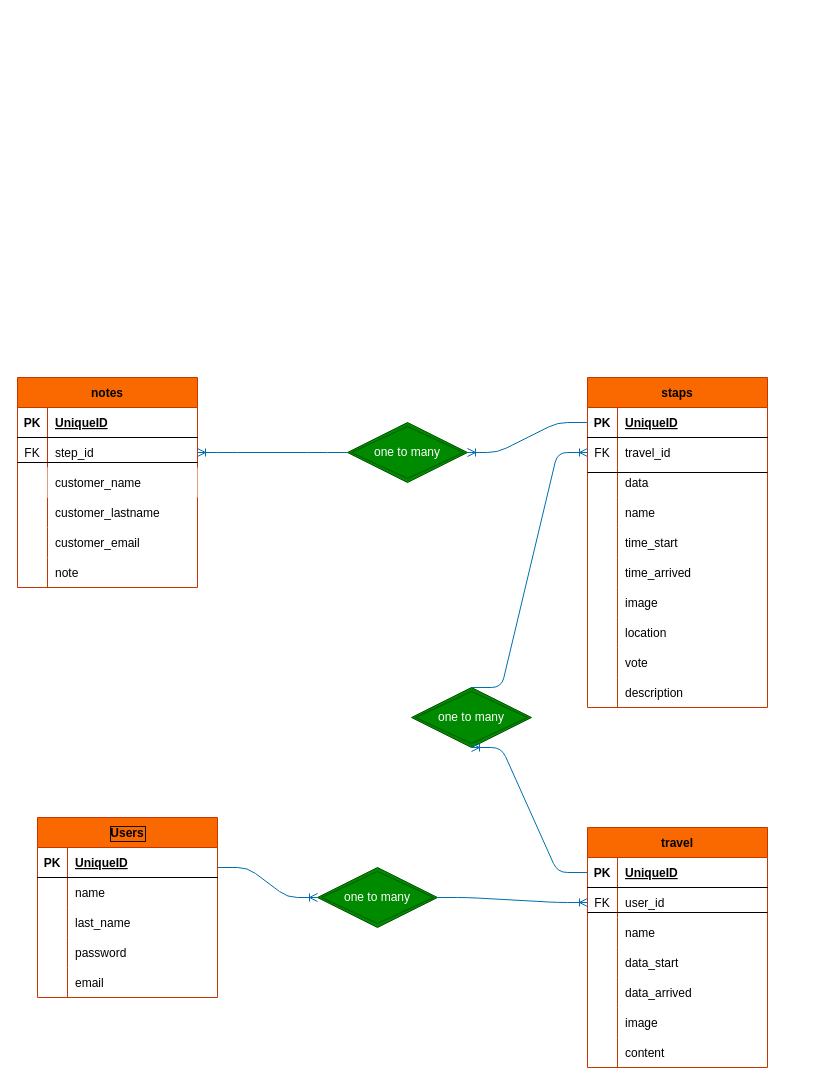
Before: db.drawio in chrialge/travel-app, a draw.io diagram. Source tidied: cells renumbered, new cells numbered last; positions are measured from the earlier drawing's top-left corner, leaving out a move shared by most shapes. Both pictures are drawn from the tidied source at 100%, with x=0, y=0 at pixel (17, 377).
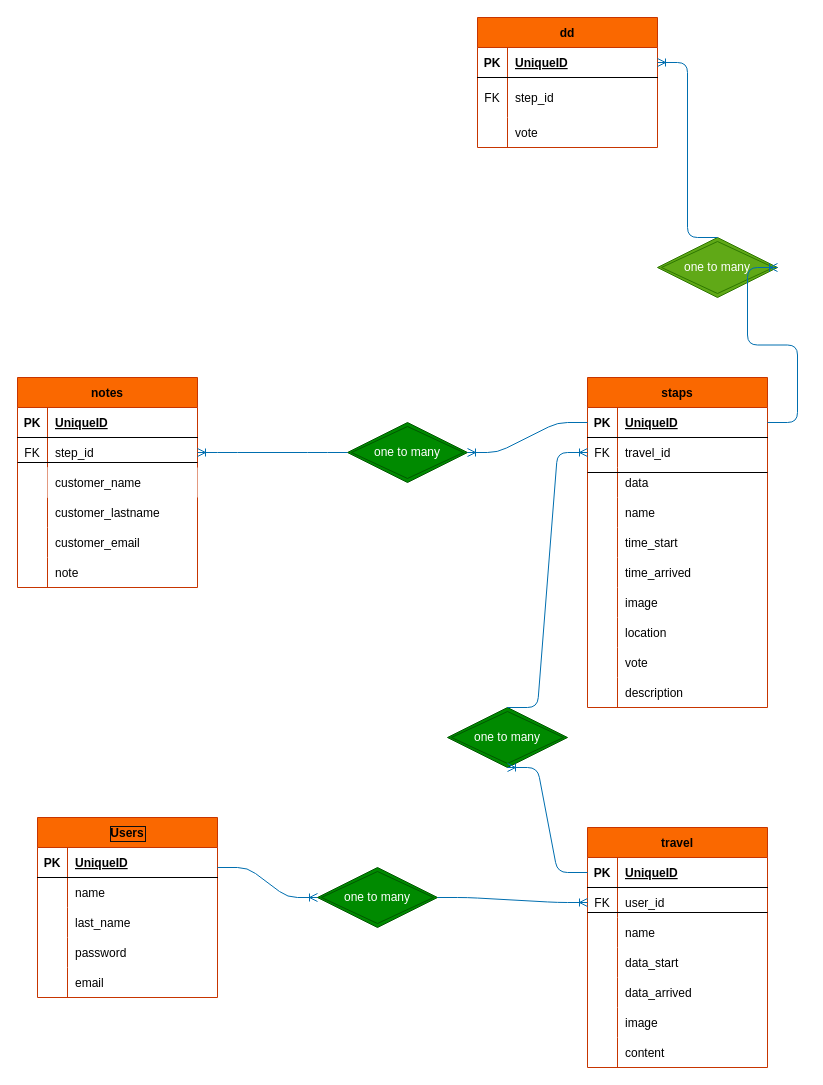
The same page after the edit.

The change refers to these unchanged cells:
```xml
<mxCell id="25" style="shape=tableRow;horizontal=0;startSize=0;swimlaneHead=0;swimlaneBody=0;fillColor=none;points=[[0,0.5],[1,0.5]];portConstraint=eastwest;top=0;left=0;right=0;bottom=1;" parent="24" vertex="1">
  <mxGeometry y="30" width="180" height="30" as="geometry" />
</mxCell>
```

What changed in the source:
```diff
@@
     <mxCell id="96" value="one to many" style="shape=rhombus;double=1;perimeter=rhombusPerimeter;whiteSpace=wrap;html=1;align=center;fillColor=#008a00;fontColor=#ffffff;strokeColor=#005700;" parent="1" vertex="1">
-      <mxGeometry x="394" y="310" width="120" height="60" as="geometry" />
+      <mxGeometry x="430" y="330" width="120" height="60" as="geometry" />
     </mxCell>
@@
+    <mxCell id="102" value="dd" style="shape=table;startSize=30;childLayout=tableLayout;rowLines=0;fontStyle=1;align=center;fillColor=#fa6800;fontColor=#000000;strokeColor=#C73500;" parent="1" vertex="1">
+      <mxGeometry x="460" y="-360" width="180" height="130" as="geometry" />
+    </mxCell>
+    <mxCell id="103" style="shape=tableRow;horizontal=0;startSize=0;swimlaneHead=0;swimlaneBody=0;fillColor=none;points=[[0,0.5],[1,0.5]];portConstraint=eastwest;top=0;left=0;right=0;bottom=1;" parent="102" vertex="1">
+      <mxGeometry y="30" width="180" height="30" as="geometry" />
+    </mxCell>
+    <mxCell id="104" value="PK" style="shape=partialRectangle;fillColor=none;top=0;left=0;bottom=0;right=0;fontStyle=1;overflow=hidden;" parent="103" vertex="1">
+      <mxGeometry width="30" height="30" as="geometry" />
+    </mxCell>
+    <mxCell id="105" value="UniqueID" style="shape=partialRectangle;fillColor=none;top=0;left=0;bottom=0;right=0;align=left;spacingLeft=6;fontStyle=5;overflow=hidden;" parent="103" vertex="1">
+      <mxGeometry x="30" width="150" height="30" as="geometry" />
+    </mxCell>
+    <mxCell id="106" style="shape=tableRow;horizontal=0;startSize=0;swimlaneHead=0;swimlaneBody=0;fillColor=none;top=0;left=0;right=0;bottom=0;" parent="102" vertex="1">
+      <mxGeometry y="60" width="180" height="40" as="geometry" />
+    </mxCell>
+    <mxCell id="107" value="FK" style="shape=partialRectangle;fillColor=none;top=0;left=0;bottom=0;right=0;fontStyle=0;overflow=hidden;" parent="106" vertex="1">
+      <mxGeometry width="30" height="40" as="geometry" />
+    </mxCell>
+    <mxCell id="108" value="step_id" style="shape=partialRectangle;fillColor=none;top=0;left=0;bottom=0;right=0;align=left;spacingLeft=6;fontStyle=0;overflow=hidden;" parent="106" vertex="1">
+      <mxGeometry x="30" width="150" height="40" as="geometry" />
+    </mxCell>
+    <mxCell id="109" style="shape=tableRow;horizontal=0;startSize=0;swimlaneHead=0;swimlaneBody=0;fillColor=none;top=0;left=0;right=0;bottom=0;" parent="102" vertex="1">
+      <mxGeometry y="100" width="180" height="30" as="geometry" />
+    </mxCell>
+    <mxCell id="110" style="shape=partialRectangle;fillColor=none;top=0;left=0;bottom=0;right=0;overflow=hidden;" parent="109" vertex="1">
+      <mxGeometry width="30" height="30" as="geometry" />
+    </mxCell>
+    <mxCell id="111" value="vote" style="shape=partialRectangle;fillColor=none;top=0;left=0;bottom=0;right=0;align=left;spacingLeft=6;overflow=hidden;" parent="109" vertex="1">
+      <mxGeometry x="30" width="150" height="30" as="geometry" />
+    </mxCell>
+    <mxCell id="112" value="one to many" style="shape=rhombus;double=1;perimeter=rhombusPerimeter;whiteSpace=wrap;html=1;align=center;fillColor=#60a917;fontColor=#ffffff;strokeColor=#2D7600;" parent="1" vertex="1">
+      <mxGeometry x="640" y="-140" width="120" height="60" as="geometry" />
+    </mxCell>
+    <mxCell id="113" style="edgeStyle=entityRelationEdgeStyle;fontSize=12;html=1;endArrow=ERoneToMany;exitX=0.5;exitY=0;exitDx=0;exitDy=0;entryX=1;entryY=0.5;entryDx=0;entryDy=0;strokeColor=#006EAF;" parent="1" edge="1" source="112" target="103">
+      <mxGeometry relative="1" as="geometry" />
+    </mxCell>
+    <mxCell id="114" style="edgeStyle=entityRelationEdgeStyle;fontSize=12;html=1;endArrow=ERoneToMany;exitX=1;exitY=0.5;exitDx=0;exitDy=0;entryX=1;entryY=0.5;entryDx=0;entryDy=0;strokeColor=#006EAF;" parent="1" edge="1" source="25" target="112">
+      <mxGeometry relative="1" as="geometry" />
+    </mxCell>
```
